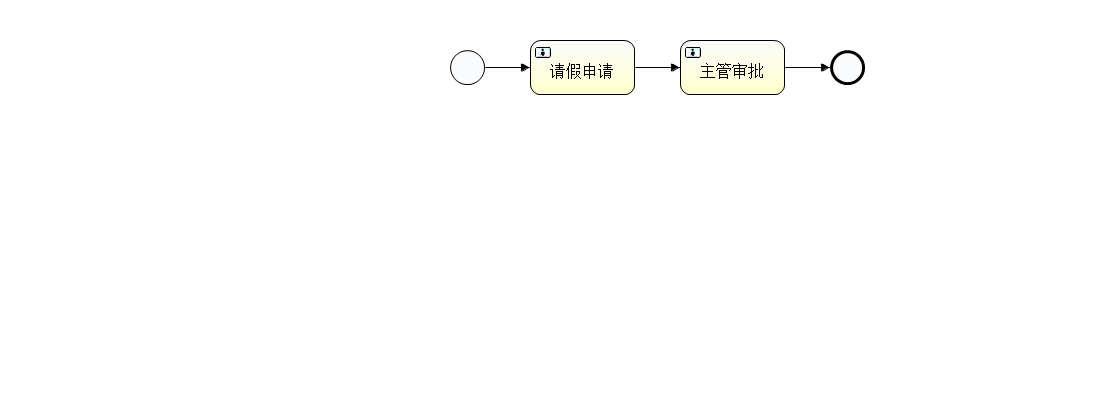
maqilin-ustcinfo/cms keeps this BPMN diagram as cms/src/main/resources/diagrams/leaveProcess.png. Above is the earlier version. Its source is kept beside it as cms/src/main/resources/diagrams/leaveProcess.bpmn. Ids are renumbered.
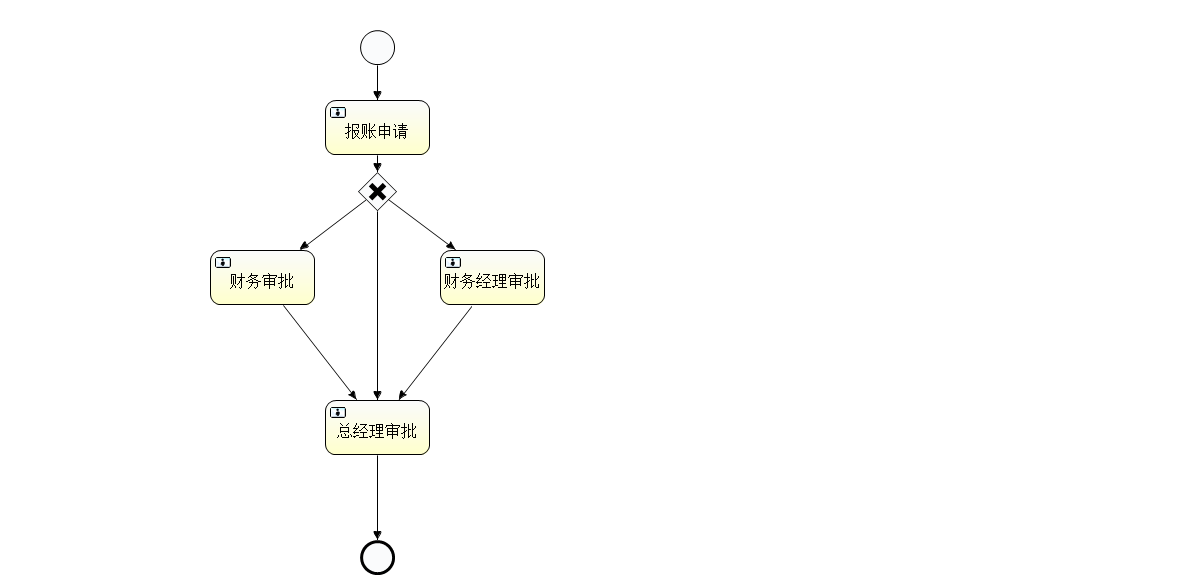
The same file after the commit.

What changed in the source:
```diff
@@ -1,39 +1,151 @@
-<definitions xmlns="http://www.omg.org/spec/BPMN/20100524/MODEL" xmlns:xsi="http://www.w3.org/2001/XMLSchema-instance" xmlns:xsd="http://www.w3.org/2001/XMLSchema" xmlns:activiti="http://activiti.org/bpmn" xmlns:bpmndi="http://www.omg.org/spec/BPMN/20100524/DI" xmlns:omgdc="http://www.omg.org/spec/DD/20100524/DC" xmlns:omgdi="http://www.omg.org/spec/DD/20100524/DI" typeLanguage="http://www.w3.org/2001/XMLSchema" expressionLanguage="http://www.w3.org/1999/XPath" targetNamespace="http://www.activiti.org/test">
-  <process id="myProcess" name="My process" isExecutable="true">
-    <startEvent id="startevent1" name="Start"></startEvent>
-    <userTask id="usertask1" name="请假申请"></userTask>
-    <sequenceFlow id="flow1" sourceRef="startevent1" targetRef="usertask1"></sequenceFlow>
-    <userTask id="usertask2" name="主管审批"></userTask>
-    <sequenceFlow id="flow2" sourceRef="usertask1" targetRef="usertask2"></sequenceFlow>
-    <endEvent id="endevent1" name="End"></endEvent>
-    <sequenceFlow id="flow3" sourceRef="usertask2" targetRef="endevent1"></sequenceFlow>
-  </process>
-  <bpmndi:BPMNDiagram id="BPMNDiagram_myProcess">
-    <bpmndi:BPMNPlane bpmnElement="myProcess" id="BPMNPlane_myProcess">
-      <bpmndi:BPMNShape bpmnElement="startevent1" id="BPMNShape_startevent1">
-        <omgdc:Bounds height="35.0" width="35.0" x="450.0" y="50.0"></omgdc:Bounds>
-      </bpmndi:BPMNShape>
-      <bpmndi:BPMNShape bpmnElement="usertask1" id="BPMNShape_usertask1">
-        <omgdc:Bounds height="55.0" width="105.0" x="530.0" y="40.0"></omgdc:Bounds>
-      </bpmndi:BPMNShape>
-      <bpmndi:BPMNShape bpmnElement="usertask2" id="BPMNShape_usertask2">
-        <omgdc:Bounds height="55.0" width="105.0" x="680.0" y="40.0"></omgdc:Bounds>
-      </bpmndi:BPMNShape>
-      <bpmndi:BPMNShape bpmnElement="endevent1" id="BPMNShape_endevent1">
-        <omgdc:Bounds height="35.0" width="35.0" x="830.0" y="50.0"></omgdc:Bounds>
-      </bpmndi:BPMNShape>
-      <bpmndi:BPMNEdge bpmnElement="flow1" id="BPMNEdge_flow1">
-        <omgdi:waypoint x="485.0" y="67.0"></omgdi:waypoint>
-        <omgdi:waypoint x="530.0" y="67.0"></omgdi:waypoint>
-      </bpmndi:BPMNEdge>
-      <bpmndi:BPMNEdge bpmnElement="flow2" id="BPMNEdge_flow2">
-        <omgdi:waypoint x="635.0" y="67.0"></omgdi:waypoint>
-        <omgdi:waypoint x="680.0" y="67.0"></omgdi:waypoint>
-      </bpmndi:BPMNEdge>
-      <bpmndi:BPMNEdge bpmnElement="flow3" id="BPMNEdge_flow3">
-        <omgdi:waypoint x="785.0" y="67.0"></omgdi:waypoint>
-        <omgdi:waypoint x="830.0" y="67.0"></omgdi:waypoint>
-      </bpmndi:BPMNEdge>
-    </bpmndi:BPMNPlane>
-  </bpmndi:BPMNDiagram>
+<definitions xmlns="http://www.omg.org/spec/BPMN/20100524/MODEL"
+             xmlns:omgdi="http://www.omg.org/spec/DD/20100524/DI"
+             xmlns:activiti="http://activiti.org/bpmn"
+             xmlns:omgdc="http://www.omg.org/spec/DD/20100524/DC"
+             xmlns:tns="http://www.activiti.org/test"
+             xmlns:xsd="http://www.w3.org/2001/XMLSchema"
+             xmlns:bpmndi="http://www.omg.org/spec/BPMN/20100524/DI"
+             xmlns:xsi="http://www.w3.org/2001/XMLSchema-instance"
+             expressionLanguage="http://www.w3.org/1999/XPath"
+             id="m1550729167052"
+             name=""
+             targetNamespace="http://www.activiti.org/test"
+             typeLanguage="http://www.w3.org/2001/XMLSchema">
+   <process xmlns="" id="approve" isClosed="false" isExecutable="true" name="leaveProcess"
+            processType="None">
+      <startEvent id="startevent1" name="Start"/>
+      <exclusiveGateway default="flow7" gatewayDirection="Unspecified" id="exclusivegateway1"
+                        name="Exclusive Gateway"/>
+      <userTask activiti:assignee="a" activiti:exclusive="true" id="usertask1" name="财务审批"/>
+      <sequenceFlow id="flow2" sourceRef="exclusivegateway1" targetRef="usertask1">
+         <conditionExpression xsi:type="tFormalExpression">${money&gt;500 &amp;&amp; money&lt;1000}</conditionExpression>
+      </sequenceFlow>
+      <userTask activiti:assignee="b" activiti:exclusive="true" id="usertask2" name="财务经理审批"/>
+      <sequenceFlow id="flow3" sourceRef="exclusivegateway1" targetRef="usertask2">
+         <conditionExpression xsi:type="tFormalExpression">${money&gt;=1000}</conditionExpression>
+      </sequenceFlow>
+      <userTask activiti:assignee="c" activiti:exclusive="true" id="usertask3" name="总经理审批"/>
+      <sequenceFlow id="flow4" sourceRef="usertask1" targetRef="usertask3"/>
+      <sequenceFlow id="flow5" sourceRef="usertask2" targetRef="usertask3"/>
+      <endEvent id="endevent1" name="End"/>
+      <sequenceFlow id="flow6" sourceRef="usertask3" targetRef="endevent1"/>
+      <sequenceFlow id="flow7" sourceRef="exclusivegateway1" targetRef="usertask3"/>
+      <userTask activiti:assignee="d" activiti:exclusive="true" id="usertask4" name="报账申请"/>
+      <sequenceFlow id="flow8" sourceRef="startevent1" targetRef="usertask4"/>
+      <sequenceFlow id="flow9" sourceRef="usertask4" targetRef="exclusivegateway1"/>
+   </process>
+   <bpmndi:BPMNDiagram xmlns=""
+                       documentation="background=#FFFFFF;count=1;horizontalcount=1;orientation=0;width=842.4;height=1195.2;imageableWidth=832.4;imageableHeight=1185.2;imageableX=5.0;imageableY=5.0"
+                       id="Diagram-_1"
+                       name="New Diagram">
+      <bpmndi:BPMNPlane bpmnElement="approve">
+         <bpmndi:BPMNShape bpmnElement="startevent1" id="Shape-startevent1">
+            <omgdc:Bounds height="32.0" width="32.0" x="360.0" y="30.0"/>
+            <bpmndi:BPMNLabel>
+               <omgdc:Bounds height="32.0" width="32.0" x="0.0" y="0.0"/>
+            </bpmndi:BPMNLabel>
+         </bpmndi:BPMNShape>
+         <bpmndi:BPMNShape bpmnElement="exclusivegateway1" id="Shape-exclusivegateway1"
+                           isMarkerVisible="false">
+            <omgdc:Bounds height="32.0" width="32.0" x="357.0" y="171.0"/>
+            <bpmndi:BPMNLabel>
+               <omgdc:Bounds height="32.0" width="32.0" x="0.0" y="0.0"/>
+            </bpmndi:BPMNLabel>
+         </bpmndi:BPMNShape>
+         <bpmndi:BPMNShape bpmnElement="usertask1" id="Shape-usertask1">
+            <omgdc:Bounds height="55.0" width="105.0" x="145.0" y="245.0"/>
+            <bpmndi:BPMNLabel>
+               <omgdc:Bounds height="55.0" width="105.0" x="0.0" y="0.0"/>
+            </bpmndi:BPMNLabel>
+         </bpmndi:BPMNShape>
+         <bpmndi:BPMNShape bpmnElement="usertask2" id="Shape-usertask2">
+            <omgdc:Bounds height="55.0" width="105.0" x="525.0" y="250.0"/>
+            <bpmndi:BPMNLabel>
+               <omgdc:Bounds height="55.0" width="105.0" x="0.0" y="0.0"/>
+            </bpmndi:BPMNLabel>
+         </bpmndi:BPMNShape>
+         <bpmndi:BPMNShape bpmnElement="usertask3" id="Shape-usertask3">
+            <omgdc:Bounds height="55.0" width="105.0" x="325.0" y="400.0"/>
+            <bpmndi:BPMNLabel>
+               <omgdc:Bounds height="55.0" width="105.0" x="0.0" y="0.0"/>
+            </bpmndi:BPMNLabel>
+         </bpmndi:BPMNShape>
+         <bpmndi:BPMNShape bpmnElement="endevent1" id="Shape-endevent1">
+            <omgdc:Bounds height="32.0" width="32.0" x="360.0" y="540.0"/>
+            <bpmndi:BPMNLabel>
+               <omgdc:Bounds height="32.0" width="32.0" x="0.0" y="0.0"/>
+            </bpmndi:BPMNLabel>
+         </bpmndi:BPMNShape>
+         <bpmndi:BPMNShape bpmnElement="usertask4" id="Shape-usertask4">
+            <omgdc:Bounds height="55.0" width="105.0" x="325.0" y="100.0"/>
+            <bpmndi:BPMNLabel>
+               <omgdc:Bounds height="55.0" width="105.0" x="0.0" y="0.0"/>
+            </bpmndi:BPMNLabel>
+         </bpmndi:BPMNShape>
+         <bpmndi:BPMNEdge bpmnElement="flow2" id="BPMNEdge_flow2" sourceElement="exclusivegateway1"
+                          targetElement="usertask1">
+            <omgdi:waypoint x="357.0" y="187.0"/>
+            <omgdi:waypoint x="250.0" y="272.5"/>
+            <bpmndi:BPMNLabel>
+               <omgdc:Bounds height="-1.0" width="-1.0" x="-1.0" y="-1.0"/>
+            </bpmndi:BPMNLabel>
+         </bpmndi:BPMNEdge>
+         <bpmndi:BPMNEdge bpmnElement="flow3" id="BPMNEdge_flow3" sourceElement="exclusivegateway1"
+                          targetElement="usertask2">
+            <omgdi:waypoint x="389.0" y="187.0"/>
+            <omgdi:waypoint x="525.0" y="277.5"/>
+            <bpmndi:BPMNLabel>
+               <omgdc:Bounds height="-1.0" width="-1.0" x="-1.0" y="-1.0"/>
+            </bpmndi:BPMNLabel>
+         </bpmndi:BPMNEdge>
+         <bpmndi:BPMNEdge bpmnElement="flow4" id="BPMNEdge_flow4" sourceElement="usertask1"
+                          targetElement="usertask3">
+            <omgdi:waypoint x="250.0" y="272.5"/>
+            <omgdi:waypoint x="325.0" y="427.5"/>
+            <bpmndi:BPMNLabel>
+               <omgdc:Bounds height="-1.0" width="-1.0" x="-1.0" y="-1.0"/>
+            </bpmndi:BPMNLabel>
+         </bpmndi:BPMNEdge>
+         <bpmndi:BPMNEdge bpmnElement="flow5" id="BPMNEdge_flow5" sourceElement="usertask2"
+                          targetElement="usertask3">
+            <omgdi:waypoint x="525.0" y="277.5"/>
+            <omgdi:waypoint x="430.0" y="427.5"/>
+            <bpmndi:BPMNLabel>
+               <omgdc:Bounds height="-1.0" width="-1.0" x="-1.0" y="-1.0"/>
+            </bpmndi:BPMNLabel>
+         </bpmndi:BPMNEdge>
+         <bpmndi:BPMNEdge bpmnElement="flow6" id="BPMNEdge_flow6" sourceElement="usertask3"
+                          targetElement="endevent1">
+            <omgdi:waypoint x="376.0" y="455.0"/>
+            <omgdi:waypoint x="376.0" y="540.0"/>
+            <bpmndi:BPMNLabel>
+               <omgdc:Bounds height="-1.0" width="-1.0" x="-1.0" y="-1.0"/>
+            </bpmndi:BPMNLabel>
+         </bpmndi:BPMNEdge>
+         <bpmndi:BPMNEdge bpmnElement="flow7" id="BPMNEdge_flow7" sourceElement="exclusivegateway1"
+                          targetElement="usertask3">
+            <omgdi:waypoint x="373.0" y="203.0"/>
+            <omgdi:waypoint x="373.0" y="400.0"/>
+            <bpmndi:BPMNLabel>
+               <omgdc:Bounds height="-1.0" width="-1.0" x="-1.0" y="-1.0"/>
+            </bpmndi:BPMNLabel>
+         </bpmndi:BPMNEdge>
+         <bpmndi:BPMNEdge bpmnElement="flow8" id="BPMNEdge_flow8" sourceElement="startevent1"
+                          targetElement="usertask4">
+            <omgdi:waypoint x="376.0" y="62.0"/>
+            <omgdi:waypoint x="376.0" y="100.0"/>
+            <bpmndi:BPMNLabel>
+               <omgdc:Bounds height="-1.0" width="-1.0" x="-1.0" y="-1.0"/>
+            </bpmndi:BPMNLabel>
+         </bpmndi:BPMNEdge>
+         <bpmndi:BPMNEdge bpmnElement="flow9" id="BPMNEdge_flow9" sourceElement="usertask4"
+                          targetElement="exclusivegateway1">
+            <omgdi:waypoint x="373.0" y="155.0"/>
+            <omgdi:waypoint x="373.0" y="171.0"/>
+            <bpmndi:BPMNLabel>
+               <omgdc:Bounds height="-1.0" width="-1.0" x="-1.0" y="-1.0"/>
+            </bpmndi:BPMNLabel>
+         </bpmndi:BPMNEdge>
+      </bpmndi:BPMNPlane>
+   </bpmndi:BPMNDiagram>
 </definitions>
```
